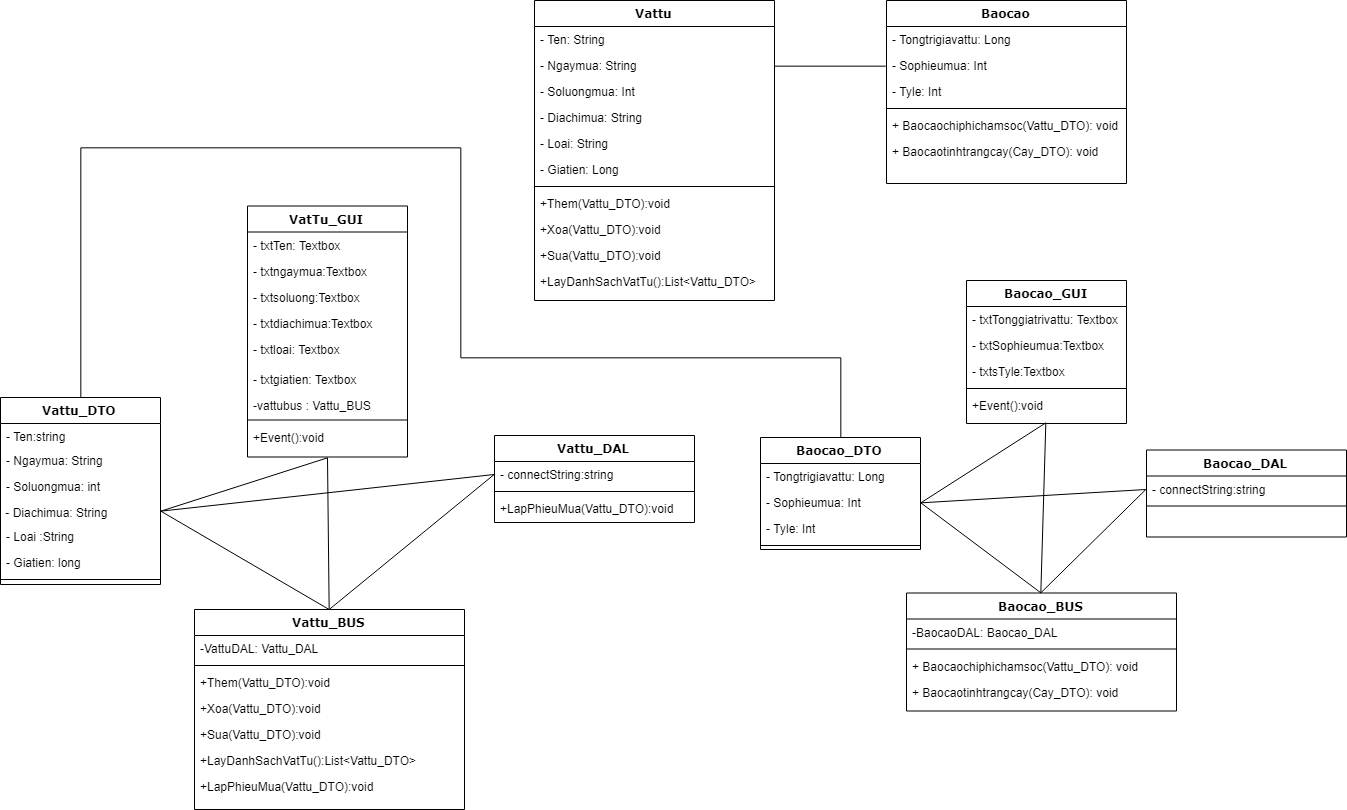
Earlier version of the draw.io export Diagram/VattuthietkeCD.png (phungorquan/TREE-MANAGEMENT-AT-SCHOOL). Source tidied: cells renumbered, new cells last; positions are measured from the earlier drawing's top-left corner, leaving out a move shared by most shapes.
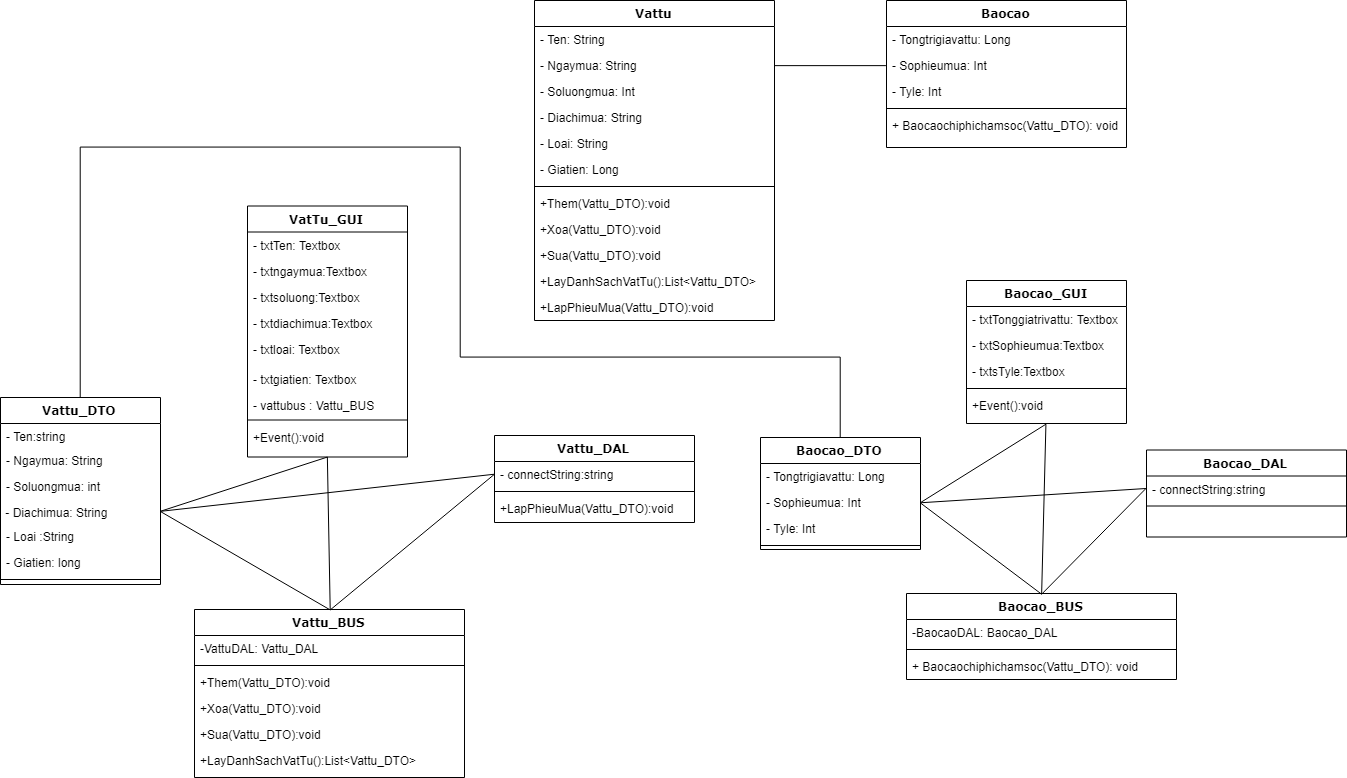
After the commit.

What changed in the source:
```diff
@@ -57,7 +57,7 @@
     <mxCell id="17" value="- txtgiatien: Textbox" style="text;html=1;strokeColor=none;fillColor=none;align=left;verticalAlign=top;spacingLeft=4;spacingRight=4;whiteSpace=wrap;overflow=hidden;" parent="11" vertex="1">
       <mxGeometry y="160" width="160" height="26" as="geometry" />
     </mxCell>
-    <mxCell id="18" value="-vattubus : Vattu_BUS" style="text;html=1;strokeColor=none;fillColor=none;align=left;verticalAlign=top;spacingLeft=4;spacingRight=4;whiteSpace=wrap;overflow=hidden;" parent="11" vertex="1">
+    <mxCell id="18" value="- vattubus : Vattu_BUS" style="text;html=1;strokeColor=none;fillColor=none;align=left;verticalAlign=top;spacingLeft=4;spacingRight=4;whiteSpace=wrap;overflow=hidden;" parent="11" vertex="1">
       <mxGeometry y="186" width="160" height="24" as="geometry" />
     </mxCell>
     <mxCell id="19" style="line;html=1;strokeWidth=1;fillColor=none;align=left;verticalAlign=middle;spacingTop=-1;spacingLeft=3;spacingRight=3;labelPosition=right;" parent="11" vertex="1">
@@ -79,7 +79,7 @@
       <mxGeometry y="60" width="200" height="26" as="geometry" />
     </mxCell>
     <mxCell id="25" value="Vattu_BUS" style="swimlane;html=1;fontStyle=1;align=center;verticalAlign=top;horizontal=1;startSize=26;swimlaneFillColor=#ffffff;rounded=0;shadow=0;comic=0;labelBackgroundColor=none;strokeColor=#000000;strokeWidth=1;fillColor=none;fontFamily=Verdana;fontSize=12;fontColor=#000000;" parent="1" vertex="1">
-      <mxGeometry x="194" y="609" width="270" height="200" as="geometry" />
+      <mxGeometry x="194" y="609" width="270" height="168" as="geometry" />
     </mxCell>
     <mxCell id="26" value="-VattuDAL: Vattu_DAL" style="text;html=1;strokeColor=none;fillColor=none;align=left;verticalAlign=top;spacingLeft=4;spacingRight=4;whiteSpace=wrap;overflow=hidden;" parent="25" vertex="1">
       <mxGeometry y="26" width="270" height="26" as="geometry" />
@@ -99,9 +99,6 @@
     <mxCell id="31" value="+LayDanhSachVatTu():List&amp;lt;Vattu_DTO&amp;gt;" style="text;html=1;strokeColor=none;fillColor=none;align=left;verticalAlign=top;spacingLeft=4;spacingRight=4;whiteSpace=wrap;overflow=hidden;" parent="25" vertex="1">
       <mxGeometry y="138" width="270" height="26" as="geometry" />
     </mxCell>
-    <mxCell id="32" value="+LapPhieuMua(Vattu_DTO):void" style="text;html=1;strokeColor=none;fillColor=none;align=left;verticalAlign=top;spacingLeft=4;spacingRight=4;whiteSpace=wrap;overflow=hidden;" parent="25" vertex="1">
-      <mxGeometry y="164" width="270" height="26" as="geometry" />
-    </mxCell>
     <mxCell id="33" style="endArrow=none;html=1;exitX=0.5;exitY=0;exitDx=0;exitDy=0;entryX=0.5;entryY=1;entryDx=0;entryDy=0;" parent="1" edge="1" source="25" target="11">
       <mxGeometry relative="1" as="geometry" />
     </mxCell>
@@ -118,7 +115,7 @@
       <mxGeometry relative="1" as="geometry" />
     </mxCell>
     <mxCell id="38" value="Vattu" style="swimlane;html=1;fontStyle=1;align=center;verticalAlign=top;horizontal=1;startSize=26;swimlaneFillColor=#ffffff;rounded=0;shadow=0;comic=0;labelBackgroundColor=none;strokeColor=#000000;strokeWidth=1;fillColor=none;fontFamily=Verdana;fontSize=12;fontColor=#000000;" parent="1" vertex="1">
-      <mxGeometry x="534" width="240" height="300" as="geometry" />
+      <mxGeometry x="534" width="240" height="320" as="geometry" />
     </mxCell>
     <mxCell id="39" value="- Ten: String" style="text;html=1;strokeColor=none;fillColor=none;align=left;verticalAlign=top;spacingLeft=4;spacingRight=4;whiteSpace=wrap;overflow=hidden;" parent="38" vertex="1">
       <mxGeometry y="26" width="240" height="26" as="geometry" />
@@ -153,8 +150,11 @@
     <mxCell id="49" value="+LayDanhSachVatTu():List&amp;lt;Vattu_DTO&amp;gt;" style="text;html=1;strokeColor=none;fillColor=none;align=left;verticalAlign=top;spacingLeft=4;spacingRight=4;whiteSpace=wrap;overflow=hidden;" parent="38" vertex="1">
       <mxGeometry y="268" width="240" height="26" as="geometry" />
     </mxCell>
+    <mxCell id="32" value="+LapPhieuMua(Vattu_DTO):void" style="text;html=1;strokeColor=none;fillColor=none;align=left;verticalAlign=top;spacingLeft=4;spacingRight=4;whiteSpace=wrap;overflow=hidden;" parent="38" vertex="1">
+      <mxGeometry y="294" width="240" height="26" as="geometry" />
+    </mxCell>
     <mxCell id="50" value="Baocao" style="swimlane;html=1;fontStyle=1;align=center;verticalAlign=top;horizontal=1;startSize=26;swimlaneFillColor=#ffffff;rounded=0;shadow=0;comic=0;labelBackgroundColor=none;strokeColor=#000000;strokeWidth=1;fillColor=none;fontFamily=Verdana;fontSize=12;fontColor=#000000;" parent="1" vertex="1">
-      <mxGeometry x="886" width="240" height="183" as="geometry" />
+      <mxGeometry x="886" width="240" height="147" as="geometry" />
     </mxCell>
     <mxCell id="51" value="- Tongtrigiavattu: Long" style="text;html=1;strokeColor=none;fillColor=none;align=left;verticalAlign=top;spacingLeft=4;spacingRight=4;whiteSpace=wrap;overflow=hidden;" parent="50" vertex="1">
       <mxGeometry y="26" width="240" height="26" as="geometry" />
@@ -171,9 +171,6 @@
     <mxCell id="55" value="+ Baocaochiphichamsoc(Vattu_DTO): void&lt;br&gt;&lt;br&gt;" style="text;html=1;strokeColor=none;fillColor=none;align=left;verticalAlign=top;spacingLeft=4;spacingRight=4;whiteSpace=wrap;overflow=hidden;" parent="50" vertex="1">
       <mxGeometry y="112" width="240" height="26" as="geometry" />
     </mxCell>
-    <mxCell id="56" value="+ Baocaotinhtrangcay(Cay_DTO): void&lt;br&gt;&lt;br&gt;" style="text;html=1;strokeColor=none;fillColor=none;align=left;verticalAlign=top;spacingLeft=4;spacingRight=4;whiteSpace=wrap;overflow=hidden;" parent="50" vertex="1">
-      <mxGeometry y="138" width="240" height="32" as="geometry" />
-    </mxCell>
     <mxCell id="57" value="Baocao_DTO" style="swimlane;html=1;fontStyle=1;align=center;verticalAlign=top;horizontal=1;startSize=26;swimlaneFillColor=#ffffff;rounded=0;shadow=0;comic=0;labelBackgroundColor=none;strokeColor=#000000;strokeWidth=1;fillColor=none;fontFamily=Verdana;fontSize=12;fontColor=#000000;" parent="1" vertex="1">
       <mxGeometry x="760" y="437" width="160" height="112" as="geometry" />
     </mxCell>
@@ -217,7 +214,7 @@
       <mxGeometry y="52" width="200" height="8" as="geometry" />
     </mxCell>
     <mxCell id="71" value="Baocao_BUS" style="swimlane;html=1;fontStyle=1;align=center;verticalAlign=top;horizontal=1;startSize=26;swimlaneFillColor=#ffffff;rounded=0;shadow=0;comic=0;labelBackgroundColor=none;strokeColor=#000000;strokeWidth=1;fillColor=none;fontFamily=Verdana;fontSize=12;fontColor=#000000;" parent="1" vertex="1">
-      <mxGeometry x="906" y="592.5" width="270" height="118" as="geometry" />
+      <mxGeometry x="906" y="593" width="270" height="86" as="geometry" />
     </mxCell>
     <mxCell id="72" value="-BaocaoDAL: Baocao_DAL" style="text;html=1;strokeColor=none;fillColor=none;align=left;verticalAlign=top;spacingLeft=4;spacingRight=4;whiteSpace=wrap;overflow=hidden;" parent="71" vertex="1">
       <mxGeometry y="26" width="270" height="26" as="geometry" />
@@ -228,9 +225,6 @@
     <mxCell id="74" value="+ Baocaochiphichamsoc(Vattu_DTO): void&lt;br&gt;&lt;br&gt;" style="text;html=1;strokeColor=none;fillColor=none;align=left;verticalAlign=top;spacingLeft=4;spacingRight=4;whiteSpace=wrap;overflow=hidden;" parent="71" vertex="1">
       <mxGeometry y="60" width="270" height="26" as="geometry" />
     </mxCell>
-    <mxCell id="75" value="+ Baocaotinhtrangcay(Cay_DTO): void&lt;br&gt;&lt;br&gt;" style="text;html=1;strokeColor=none;fillColor=none;align=left;verticalAlign=top;spacingLeft=4;spacingRight=4;whiteSpace=wrap;overflow=hidden;" parent="71" vertex="1">
-      <mxGeometry y="86" width="270" height="32" as="geometry" />
-    </mxCell>
     <mxCell id="76" style="endArrow=none;html=1;entryX=0.5;entryY=1;entryDx=0;entryDy=0;exitX=0.5;exitY=0;exitDx=0;exitDy=0;" parent="1" edge="1" source="71" target="62">
       <mxGeometry relative="1" as="geometry" />
     </mxCell>
```
